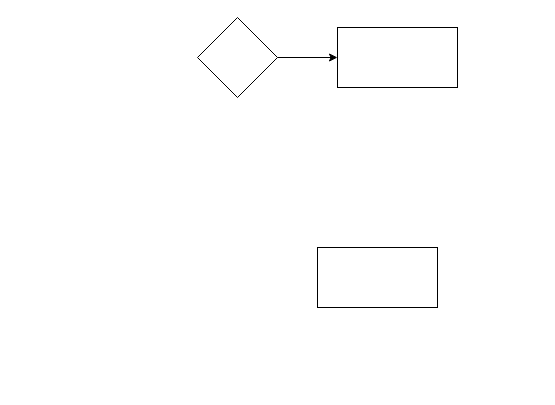
Earlier version of the draw.io diagram Documentacion/Untitled Diagram.drawio (abadillo/p_bases1). Source tidied: cells renumbered, new cells numbered last; positions are measured from the earlier drawing's top-left corner, leaving out a move shared by most shapes. Both pictures are drawn from the tidied source at 100%, with x=0, y=0 at pixel (197, 17).
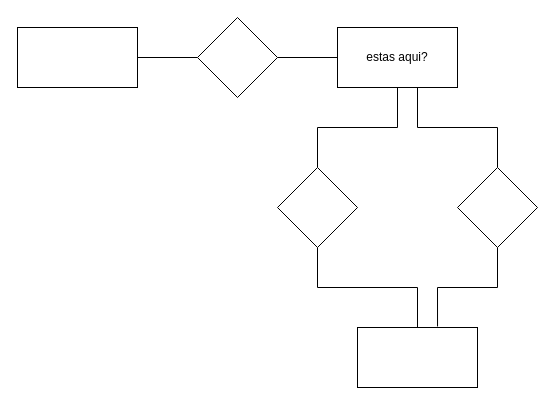
After the change.

Change to the diagram source:
```diff
@@
 <mxGraphModel>
   <root>
     <mxCell id="0" />
     <mxCell id="1" parent="0" />
+    <mxCell id="6" style="edgeStyle=orthogonalEdgeStyle;rounded=0;jettySize=auto;html=1;entryX=0;entryY=0.5;entryDx=0;entryDy=0;endArrow=none;endFill=0;" parent="1" edge="1" source="2" target="4">
+      <mxGeometry relative="1" as="geometry" />
+    </mxCell>
     <mxCell id="2" style="rounded=0;whiteSpace=wrap;html=1;" parent="1" vertex="1">
-      <mxGeometry x="120" y="230" width="120" height="60" as="geometry" />
+      <mxGeometry x="-180" y="10" width="120" height="60" as="geometry" />
     </mxCell>
-    <mxCell id="3" style="edgeStyle=orthogonalEdgeStyle;rounded=0;jettySize=auto;html=1;" parent="1" edge="1" source="4" target="5">
+    <mxCell id="3" style="edgeStyle=orthogonalEdgeStyle;rounded=0;jettySize=auto;html=1;endArrow=none;endFill=0;" parent="1" edge="1" source="4" target="5">
       <mxGeometry relative="1" as="geometry" />
     </mxCell>
     <mxCell id="4" style="rhombus;whiteSpace=wrap;html=1;" parent="1" vertex="1">
       <mxGeometry width="80" height="80" as="geometry" />
     </mxCell>
+    <mxCell id="7" style="rounded=0;jettySize=auto;html=1;entryX=0.5;entryY=0;entryDx=0;entryDy=0;edgeStyle=orthogonalEdgeStyle;endArrow=none;endFill=0;" parent="1" edge="1" source="5" target="9">
+      <mxGeometry relative="1" as="geometry" />
+    </mxCell>
-    <mxCell id="5" style="whiteSpace=wrap;html=1;" parent="1" vertex="1">
+    <mxCell id="5" value="estas aqui?&lt;br&gt;" style="whiteSpace=wrap;html=1;" parent="1" vertex="1">
       <mxGeometry x="140" y="10" width="120" height="60" as="geometry" />
     </mxCell>
+    <mxCell id="8" style="edgeStyle=orthogonalEdgeStyle;rounded=0;jettySize=auto;html=1;endArrow=none;endFill=0;" parent="1" edge="1" source="9" target="10">
+      <mxGeometry relative="1" as="geometry" />
+    </mxCell>
+    <mxCell id="9" style="rhombus;whiteSpace=wrap;html=1;" parent="1" vertex="1">
+      <mxGeometry x="80" y="150" width="80" height="80" as="geometry" />
+    </mxCell>
+    <mxCell id="10" style="whiteSpace=wrap;html=1;" parent="1" vertex="1">
+      <mxGeometry x="160" y="310" width="120" height="60" as="geometry" />
+    </mxCell>
+    <mxCell id="11" style="edgeStyle=orthogonalEdgeStyle;rounded=0;jettySize=auto;html=1;entryX=0.667;entryY=-0.017;entryDx=0;entryDy=0;entryPerimeter=0;endArrow=none;endFill=0;exitX=0.5;exitY=1;exitDx=0;exitDy=0;" parent="1" edge="1" source="13" target="10">
+      <mxGeometry relative="1" as="geometry" />
+    </mxCell>
+    <mxCell id="12" style="edgeStyle=orthogonalEdgeStyle;rounded=0;jettySize=auto;html=1;endArrow=none;endFill=0;exitX=0.5;exitY=0;exitDx=0;exitDy=0;" parent="1" edge="1" source="13" target="5">
+      <mxGeometry relative="1" as="geometry">
+        <Array as="points">
+          <mxPoint x="300" y="110" />
+          <mxPoint x="220" y="110" />
+        </Array>
+      </mxGeometry>
+    </mxCell>
+    <mxCell id="13" style="rhombus;whiteSpace=wrap;html=1;" parent="1" vertex="1">
+      <mxGeometry x="260" y="150" width="80" height="80" as="geometry" />
+    </mxCell>
   </root>
 </mxGraphModel>
```
